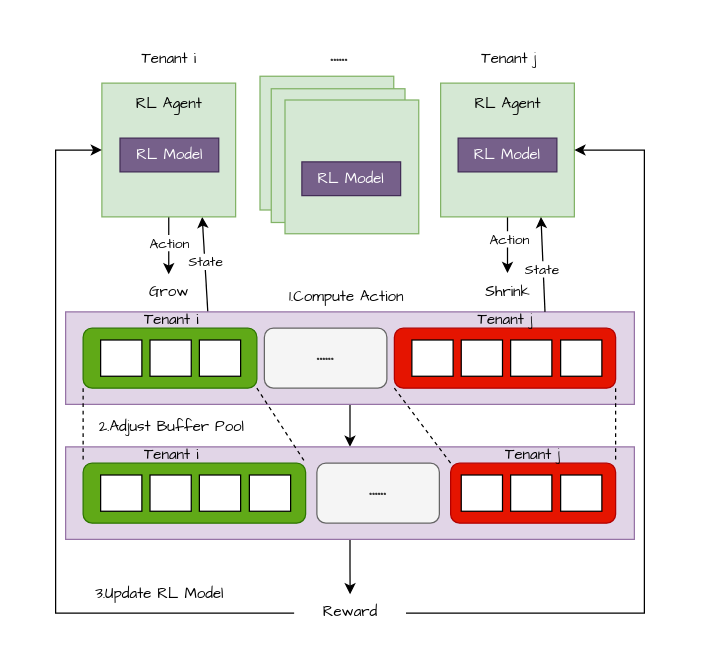
Above: 未命名绘图.drawio in K111DK/Network-utils (draw.io), before the change. Source tidied: cells renumbered, new cells numbered last; positions are measured from the earlier drawing's top-left corner, leaving out a move shared by most shapes. Both pictures are drawn from the tidied source at 125%, with x=0, y=0 at pixel (39, 40).
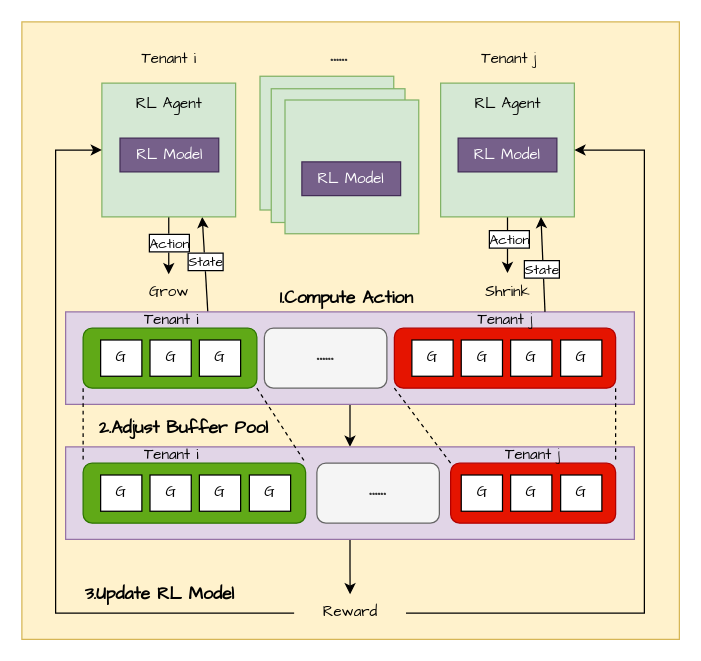
The same page after the edit.

Commit message (it also covers changes not shown here):
更新未命名绘图.drawio

Unchanged cells that the change refers to:
```xml
<mxCell id="4" style="rounded=0;jettySize=auto;html=1;exitX=0.25;exitY=0;exitDx=0;exitDy=0;entryX=0.75;entryY=1;entryDx=0;entryDy=0;fontFamily=Comic Sans MS;" parent="1" edge="1" source="6" target="37">
  <mxGeometry relative="1" as="geometry" />
</mxCell>
<mxCell id="35" style="edgeStyle=orthogonalEdgeStyle;rounded=0;jettySize=auto;html=1;exitX=0.5;exitY=1;exitDx=0;exitDy=0;entryX=0.5;entryY=0;entryDx=0;entryDy=0;fontFamily=Comic Sans MS;" parent="1" edge="1" source="37" target="48">
  <mxGeometry relative="1" as="geometry" />
</mxCell>
<mxCell id="40" style="edgeStyle=orthogonalEdgeStyle;rounded=0;jettySize=auto;html=1;exitX=0.5;exitY=1;exitDx=0;exitDy=0;entryX=0.5;entryY=0;entryDx=0;entryDy=0;fontFamily=Comic Sans MS;" parent="1" edge="1" source="42" target="51">
  <mxGeometry relative="1" as="geometry" />
</mxCell>
<mxCell id="49" style="rounded=0;jettySize=auto;html=1;exitX=1;exitY=1;exitDx=0;exitDy=0;entryX=0.75;entryY=1;entryDx=0;entryDy=0;fontFamily=Comic Sans MS;" parent="1" edge="1" source="51" target="42">
  <mxGeometry relative="1" as="geometry" />
</mxCell>
```

What changed in the source:
```diff
@@
+    <mxCell id="64" style="rounded=0;whiteSpace=wrap;html=1;fillColor=#fff2cc;strokeColor=#d6b656;" parent="1" vertex="1">
+      <mxGeometry x="-14" y="-15" width="526" height="494" as="geometry" />
+    </mxCell>
@@
-    <mxCell id="5" value="State" style="edgeLabel;html=1;align=center;verticalAlign=middle;fontFamily=Comic Sans MS;" parent="4" vertex="1">
+    <mxCell id="5" value="State" style="edgeLabel;html=1;align=center;verticalAlign=middle;fontFamily=Comic Sans MS;labelBorderColor=default;" parent="4" vertex="1">
       <mxGeometry x="0.08" relative="1" as="geometry" />
     </mxCell>
@@
-    <mxCell id="8" style="rounded=0;whiteSpace=wrap;html=1;fontFamily=Comic Sans MS;" parent="1" vertex="1">
+    <mxCell id="8" value="G" style="rounded=0;whiteSpace=wrap;html=1;fontFamily=Comic Sans MS;" parent="1" vertex="1">
       <mxGeometry x="49" y="239.5" width="33" height="29" as="geometry" />
     </mxCell>
-    <mxCell id="9" style="rounded=0;whiteSpace=wrap;html=1;fontFamily=Comic Sans MS;" parent="1" vertex="1">
+    <mxCell id="9" value="G" style="rounded=0;whiteSpace=wrap;html=1;fontFamily=Comic Sans MS;" parent="1" vertex="1">
       <mxGeometry x="88.5" y="239.5" width="33" height="29" as="geometry" />
     </mxCell>
-    <mxCell id="10" style="rounded=0;whiteSpace=wrap;html=1;fontFamily=Comic Sans MS;" parent="1" vertex="1">
+    <mxCell id="10" value="G" style="rounded=0;whiteSpace=wrap;html=1;fontFamily=Comic Sans MS;" parent="1" vertex="1">
       <mxGeometry x="128" y="239.5" width="33" height="29" as="geometry" />
     </mxCell>
@@
-    <mxCell id="12" style="rounded=0;whiteSpace=wrap;html=1;fontFamily=Comic Sans MS;" parent="1" vertex="1">
+    <mxCell id="12" value="G" style="rounded=0;whiteSpace=wrap;html=1;fontFamily=Comic Sans MS;" parent="1" vertex="1">
       <mxGeometry x="298" y="239.5" width="33" height="29" as="geometry" />
     </mxCell>
-    <mxCell id="13" style="rounded=0;whiteSpace=wrap;html=1;fontFamily=Comic Sans MS;" parent="1" vertex="1">
+    <mxCell id="13" value="G" style="rounded=0;whiteSpace=wrap;html=1;fontFamily=Comic Sans MS;" parent="1" vertex="1">
       <mxGeometry x="337.5" y="239.5" width="33" height="29" as="geometry" />
     </mxCell>
-    <mxCell id="14" style="rounded=0;whiteSpace=wrap;html=1;fontFamily=Comic Sans MS;" parent="1" vertex="1">
+    <mxCell id="14" value="G" style="rounded=0;whiteSpace=wrap;html=1;fontFamily=Comic Sans MS;" parent="1" vertex="1">
       <mxGeometry x="377" y="239.5" width="33" height="29" as="geometry" />
     </mxCell>
-    <mxCell id="15" style="rounded=0;whiteSpace=wrap;html=1;fontFamily=Comic Sans MS;" parent="1" vertex="1">
+    <mxCell id="15" value="G" style="rounded=0;whiteSpace=wrap;html=1;fontFamily=Comic Sans MS;" parent="1" vertex="1">
       <mxGeometry x="417" y="239.5" width="33" height="29" as="geometry" />
     </mxCell>
@@
-    <mxCell id="20" style="rounded=0;whiteSpace=wrap;html=1;fontFamily=Comic Sans MS;" parent="1" vertex="1">
+    <mxCell id="20" value="G" style="rounded=0;whiteSpace=wrap;html=1;fontFamily=Comic Sans MS;" parent="1" vertex="1">
       <mxGeometry x="49" y="347.5" width="33" height="29" as="geometry" />
     </mxCell>
-    <mxCell id="21" style="rounded=0;whiteSpace=wrap;html=1;fontFamily=Comic Sans MS;" parent="1" vertex="1">
+    <mxCell id="21" value="G" style="rounded=0;whiteSpace=wrap;html=1;fontFamily=Comic Sans MS;" parent="1" vertex="1">
       <mxGeometry x="88.5" y="347.5" width="33" height="29" as="geometry" />
     </mxCell>
-    <mxCell id="22" style="rounded=0;whiteSpace=wrap;html=1;fontFamily=Comic Sans MS;" parent="1" vertex="1">
+    <mxCell id="22" value="G" style="rounded=0;whiteSpace=wrap;html=1;fontFamily=Comic Sans MS;" parent="1" vertex="1">
       <mxGeometry x="128" y="347.5" width="33" height="29" as="geometry" />
     </mxCell>
@@
-    <mxCell id="24" style="rounded=0;whiteSpace=wrap;html=1;fontFamily=Comic Sans MS;" parent="1" vertex="1">
+    <mxCell id="24" value="G" style="rounded=0;whiteSpace=wrap;html=1;fontFamily=Comic Sans MS;" parent="1" vertex="1">
       <mxGeometry x="337.5" y="347.5" width="33" height="29" as="geometry" />
     </mxCell>
-    <mxCell id="25" style="rounded=0;whiteSpace=wrap;html=1;fontFamily=Comic Sans MS;" parent="1" vertex="1">
+    <mxCell id="25" value="G" style="rounded=0;whiteSpace=wrap;html=1;fontFamily=Comic Sans MS;" parent="1" vertex="1">
       <mxGeometry x="377" y="347.5" width="33" height="29" as="geometry" />
     </mxCell>
-    <mxCell id="26" style="rounded=0;whiteSpace=wrap;html=1;fontFamily=Comic Sans MS;" parent="1" vertex="1">
+    <mxCell id="26" value="G" style="rounded=0;whiteSpace=wrap;html=1;fontFamily=Comic Sans MS;" parent="1" vertex="1">
       <mxGeometry x="417" y="347.5" width="33" height="29" as="geometry" />
     </mxCell>
@@
-    <mxCell id="28" style="rounded=0;whiteSpace=wrap;html=1;fontFamily=Comic Sans MS;" parent="1" vertex="1">
+    <mxCell id="28" value="G" style="rounded=0;whiteSpace=wrap;html=1;fontFamily=Comic Sans MS;" parent="1" vertex="1">
       <mxGeometry x="168" y="347.5" width="33" height="29" as="geometry" />
     </mxCell>
@@
-    <mxCell id="36" value="Action" style="edgeLabel;html=1;align=center;verticalAlign=middle;fontFamily=Comic Sans MS;" parent="35" vertex="1">
+    <mxCell id="36" value="Action" style="edgeLabel;html=1;align=center;verticalAlign=middle;fontFamily=Comic Sans MS;labelBorderColor=default;" parent="35" vertex="1">
       <mxGeometry x="-0.13" relative="1" as="geometry" />
     </mxCell>
@@
-    <mxCell id="41" value="Action" style="edgeLabel;html=1;align=center;verticalAlign=middle;fontFamily=Comic Sans MS;" parent="40" vertex="1">
+    <mxCell id="41" value="Action" style="edgeLabel;html=1;align=center;verticalAlign=middle;fontFamily=Comic Sans MS;labelBorderColor=default;" parent="40" vertex="1">
       <mxGeometry x="-0.24" y="1" relative="1" as="geometry" />
     </mxCell>
@@
-    <mxCell id="50" value="State" style="edgeLabel;html=1;align=center;verticalAlign=middle;fontFamily=Comic Sans MS;" parent="49" vertex="1">
+    <mxCell id="50" value="State" style="edgeLabel;html=1;align=center;verticalAlign=middle;fontFamily=Comic Sans MS;labelBackgroundColor=default;labelBorderColor=default;" parent="49" vertex="1">
       <mxGeometry x="-0.08" y="2" relative="1" as="geometry" />
     </mxCell>
@@
-    <mxCell id="53" value="2.Adjust Buffer Pool" style="text;html=1;whiteSpace=wrap;strokeColor=none;fillColor=none;align=left;verticalAlign=middle;rounded=0;fontFamily=Comic Sans MS;" parent="1" vertex="1">
+    <mxCell id="53" value="&lt;font style=&quot;font-size: 14px;&quot;&gt;&lt;b&gt;2.Adjust Buffer Pool&lt;/b&gt;&lt;/font&gt;" style="text;html=1;whiteSpace=wrap;strokeColor=none;fillColor=none;align=left;verticalAlign=middle;rounded=0;fontFamily=Comic Sans MS;" parent="1" vertex="1">
       <mxGeometry x="46" y="295" width="147" height="30" as="geometry" />
     </mxCell>
@@
-    <mxCell id="58" value="1.Compute Action" style="text;html=1;whiteSpace=wrap;strokeColor=none;fillColor=none;align=center;verticalAlign=middle;rounded=0;fontFamily=Comic Sans MS;" parent="1" vertex="1">
+    <mxCell id="58" value="&lt;font style=&quot;font-size: 14px;&quot;&gt;&lt;b&gt;1.Compute Action&lt;/b&gt;&lt;/font&gt;" style="text;html=1;whiteSpace=wrap;strokeColor=none;fillColor=none;align=center;verticalAlign=middle;rounded=0;fontFamily=Comic Sans MS;" parent="1" vertex="1">
       <mxGeometry x="155.5" y="191" width="179.5" height="30" as="geometry" />
     </mxCell>
-    <mxCell id="59" value="3.Update RL Model" style="text;html=1;whiteSpace=wrap;strokeColor=none;fillColor=none;align=center;verticalAlign=middle;rounded=0;fontFamily=Comic Sans MS;" parent="1" vertex="1">
+    <mxCell id="59" value="&lt;font style=&quot;font-size: 14px;&quot;&gt;&lt;b&gt;3.Update RL Model&lt;/b&gt;&lt;/font&gt;" style="text;html=1;whiteSpace=wrap;strokeColor=none;fillColor=none;align=center;verticalAlign=middle;rounded=0;fontFamily=Comic Sans MS;" parent="1" vertex="1">
       <mxGeometry y="428" width="193" height="30" as="geometry" />
     </mxCell>
```
